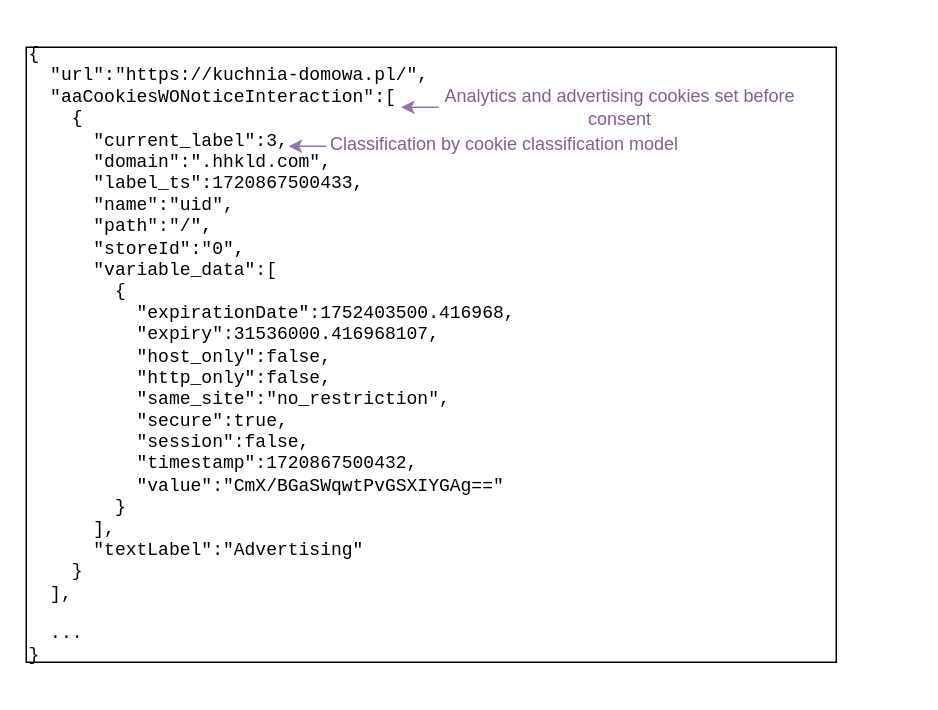
Earlier version of the draw.io diagram media/json-extract.drawio (SzymonNastaly/Bachelors-Thesis-Szymon-Nastaly). Source tidied: cells renumbered, new cells numbered last; positions are measured from the earlier drawing's top-left corner, leaving out a move shared by most shapes. Both pictures are drawn from the tidied source at 150%, with x=0, y=0 at pixel (26, 46).
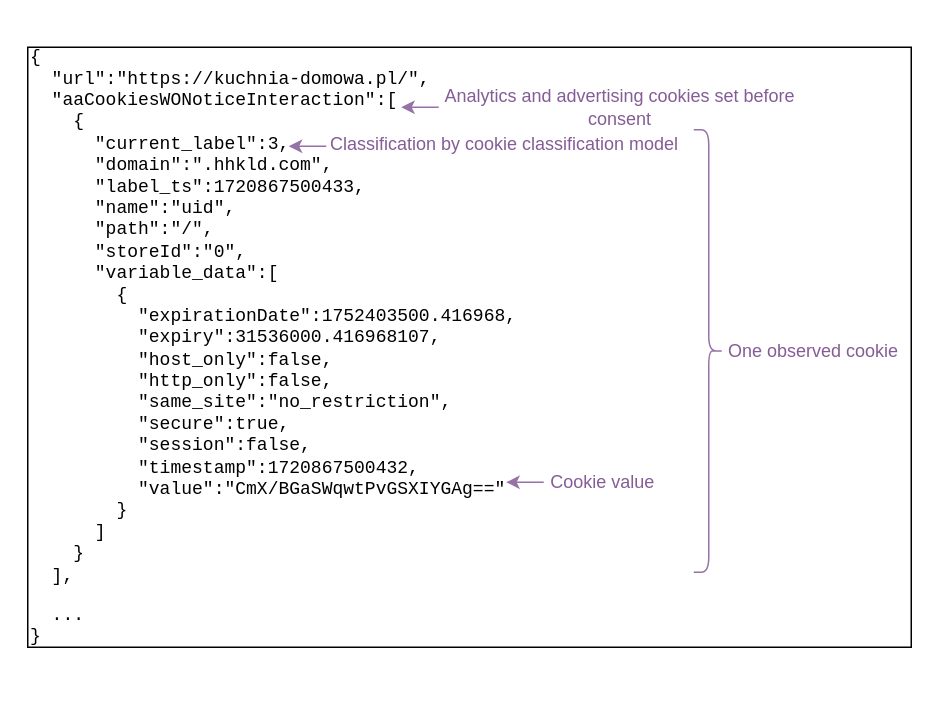
The same page after the edit.

Diff of the diagram source:
```diff
@@
 <mxGraphModel>
   <root>
     <mxCell id="0" />
     <mxCell id="1" parent="0" />
-    <mxCell id="2" value="&lt;pre&gt;{&lt;br&gt;&amp;nbsp; &quot;url&quot;:&quot;https://kuchnia-domowa.pl/&quot;,&lt;br&gt;&amp;nbsp; &quot;aaCookiesWONoticeInteraction&quot;:[&lt;br&gt;&amp;nbsp; &amp;nbsp; {&lt;br&gt;&amp;nbsp; &amp;nbsp; &amp;nbsp; &quot;current_label&quot;:3,&lt;br&gt;&amp;nbsp; &amp;nbsp; &amp;nbsp; &quot;domain&quot;:&quot;.hhkld.com&quot;,&lt;br&gt;&amp;nbsp; &amp;nbsp; &amp;nbsp; &quot;label_ts&quot;:1720867500433,&lt;br&gt;&amp;nbsp; &amp;nbsp; &amp;nbsp; &quot;name&quot;:&quot;uid&quot;,&lt;br&gt;&amp;nbsp; &amp;nbsp; &amp;nbsp; &quot;path&quot;:&quot;/&quot;,&lt;br&gt;&amp;nbsp; &amp;nbsp; &amp;nbsp; &quot;storeId&quot;:&quot;0&quot;,&lt;br&gt;&amp;nbsp; &amp;nbsp; &amp;nbsp; &quot;variable_data&quot;:[&lt;br&gt;&amp;nbsp; &amp;nbsp; &amp;nbsp; &amp;nbsp; {&lt;br&gt;&amp;nbsp; &amp;nbsp; &amp;nbsp; &amp;nbsp; &amp;nbsp; &quot;expirationDate&quot;:1752403500.416968,&lt;br&gt;&amp;nbsp; &amp;nbsp; &amp;nbsp; &amp;nbsp; &amp;nbsp; &quot;expiry&quot;:31536000.416968107,&lt;br&gt;&amp;nbsp; &amp;nbsp; &amp;nbsp; &amp;nbsp; &amp;nbsp; &quot;host_only&quot;:false,&lt;br&gt;&amp;nbsp; &amp;nbsp; &amp;nbsp; &amp;nbsp; &amp;nbsp; &quot;http_only&quot;:false,&lt;br&gt;&amp;nbsp; &amp;nbsp; &amp;nbsp; &amp;nbsp; &amp;nbsp; &quot;same_site&quot;:&quot;no_restriction&quot;,&lt;br&gt;&amp;nbsp; &amp;nbsp; &amp;nbsp; &amp;nbsp; &amp;nbsp; &quot;secure&quot;:true,&lt;br&gt;&amp;nbsp; &amp;nbsp; &amp;nbsp; &amp;nbsp; &amp;nbsp; &quot;session&quot;:false,&lt;br&gt;&amp;nbsp; &amp;nbsp; &amp;nbsp; &amp;nbsp; &amp;nbsp; &quot;timestamp&quot;:1720867500432,&lt;br&gt;&amp;nbsp; &amp;nbsp; &amp;nbsp; &amp;nbsp; &amp;nbsp; &quot;value&quot;:&quot;CmX/BGaSWqwtPvGSXIYGAg==&quot;&lt;br&gt;&amp;nbsp; &amp;nbsp; &amp;nbsp; &amp;nbsp; }&lt;br&gt;&amp;nbsp; &amp;nbsp; &amp;nbsp; ],&lt;br&gt;&amp;nbsp; &amp;nbsp; &amp;nbsp; &quot;textLabel&quot;:&quot;Advertising&quot;&lt;br&gt;&amp;nbsp; &amp;nbsp; }&lt;br&gt;&amp;nbsp; ],&lt;/pre&gt;&lt;pre&gt;  ...&lt;br&gt;}&lt;/pre&gt;" style="rounded=0;whiteSpace=wrap;align=left;fontFamily=Courier New;fontStyle=0;fontSize=12;horizontal=1;labelBorderColor=none;labelBackgroundColor=none;strokeWidth=1;html=1;" parent="1" vertex="1">
-      <mxGeometry width="540" height="410" as="geometry" />
+    <mxCell id="2" value="&lt;pre&gt;{&lt;br&gt;&amp;nbsp; &quot;url&quot;:&quot;https://kuchnia-domowa.pl/&quot;,&lt;br&gt;&amp;nbsp; &quot;aaCookiesWONoticeInteraction&quot;:[&lt;br&gt;&amp;nbsp; &amp;nbsp; {&lt;br&gt;&amp;nbsp; &amp;nbsp; &amp;nbsp; &quot;current_label&quot;:3,&lt;br&gt;&amp;nbsp; &amp;nbsp; &amp;nbsp; &quot;domain&quot;:&quot;.hhkld.com&quot;,&lt;br&gt;&amp;nbsp; &amp;nbsp; &amp;nbsp; &quot;label_ts&quot;:1720867500433,&lt;br&gt;&amp;nbsp; &amp;nbsp; &amp;nbsp; &quot;name&quot;:&quot;uid&quot;,&lt;br&gt;&amp;nbsp; &amp;nbsp; &amp;nbsp; &quot;path&quot;:&quot;/&quot;,&lt;br&gt;&amp;nbsp; &amp;nbsp; &amp;nbsp; &quot;storeId&quot;:&quot;0&quot;,&lt;br&gt;&amp;nbsp; &amp;nbsp; &amp;nbsp; &quot;variable_data&quot;:[&lt;br&gt;&amp;nbsp; &amp;nbsp; &amp;nbsp; &amp;nbsp; {&lt;br&gt;&amp;nbsp; &amp;nbsp; &amp;nbsp; &amp;nbsp; &amp;nbsp; &quot;expirationDate&quot;:1752403500.416968,&lt;br&gt;&amp;nbsp; &amp;nbsp; &amp;nbsp; &amp;nbsp; &amp;nbsp; &quot;expiry&quot;:31536000.416968107,&lt;br&gt;&amp;nbsp; &amp;nbsp; &amp;nbsp; &amp;nbsp; &amp;nbsp; &quot;host_only&quot;:false,&lt;br&gt;&amp;nbsp; &amp;nbsp; &amp;nbsp; &amp;nbsp; &amp;nbsp; &quot;http_only&quot;:false,&lt;br&gt;&amp;nbsp; &amp;nbsp; &amp;nbsp; &amp;nbsp; &amp;nbsp; &quot;same_site&quot;:&quot;no_restriction&quot;,&lt;br&gt;&amp;nbsp; &amp;nbsp; &amp;nbsp; &amp;nbsp; &amp;nbsp; &quot;secure&quot;:true,&lt;br&gt;&amp;nbsp; &amp;nbsp; &amp;nbsp; &amp;nbsp; &amp;nbsp; &quot;session&quot;:false,&lt;br&gt;&amp;nbsp; &amp;nbsp; &amp;nbsp; &amp;nbsp; &amp;nbsp; &quot;timestamp&quot;:1720867500432,&lt;br&gt;&amp;nbsp; &amp;nbsp; &amp;nbsp; &amp;nbsp; &amp;nbsp; &quot;value&quot;:&quot;CmX/BGaSWqwtPvGSXIYGAg==&quot;&lt;br&gt;&amp;nbsp; &amp;nbsp; &amp;nbsp; &amp;nbsp; }&lt;br&gt;&amp;nbsp; &amp;nbsp; &amp;nbsp; ]&lt;br&gt;&amp;nbsp; &amp;nbsp; }&lt;br&gt;&amp;nbsp; ],&lt;/pre&gt;&lt;pre&gt;  ...&lt;br&gt;}&lt;/pre&gt;" style="rounded=0;whiteSpace=wrap;align=left;fontFamily=Courier New;fontStyle=0;fontSize=12;horizontal=1;labelBorderColor=none;labelBackgroundColor=none;strokeWidth=1;html=1;" parent="1" vertex="1">
+      <mxGeometry x="1" width="589" height="400" as="geometry" />
     </mxCell>
     <mxCell id="3" value="Analytics and advertising cookies set before consent" style="text;html=1;align=center;verticalAlign=middle;whiteSpace=wrap;rounded=0;fontColor=#845C96;" parent="1" vertex="1">
       <mxGeometry x="276" y="25" width="240" height="30" as="geometry" />
     </mxCell>
     <mxCell id="4" style="endArrow=classic;html=1;rounded=0;fillColor=#e1d5e7;strokeColor=#9673a6;" parent="1" edge="1">
       <mxGeometry relative="1" as="geometry">
         <mxPoint x="200" y="66" as="sourcePoint" />
         <mxPoint x="175" y="66" as="targetPoint" />
       </mxGeometry>
     </mxCell>
     <mxCell id="5" value="Classification by cookie classification model" style="text;html=1;align=center;verticalAlign=middle;whiteSpace=wrap;rounded=0;fontColor=#845C96;" parent="1" vertex="1">
       <mxGeometry x="197" y="50" width="244" height="30" as="geometry" />
     </mxCell>
     <mxCell id="6" style="endArrow=classic;html=1;rounded=0;fillColor=#e1d5e7;strokeColor=#9673a6;" parent="1" edge="1">
       <mxGeometry relative="1" as="geometry">
         <mxPoint x="275" y="40" as="sourcePoint" />
         <mxPoint x="250" y="40" as="targetPoint" />
       </mxGeometry>
     </mxCell>
+    <mxCell id="7" style="endArrow=classic;html=1;rounded=0;fillColor=#e1d5e7;strokeColor=#9673a6;" parent="1" edge="1">
+      <mxGeometry relative="1" as="geometry">
+        <mxPoint x="345" y="290" as="sourcePoint" />
+        <mxPoint x="320" y="290" as="targetPoint" />
+      </mxGeometry>
+    </mxCell>
+    <mxCell id="8" value="Cookie value" style="text;html=1;align=center;verticalAlign=middle;whiteSpace=wrap;rounded=0;fontColor=#845C96;" parent="1" vertex="1">
+      <mxGeometry x="345" y="275" width="79" height="30" as="geometry" />
+    </mxCell>
+    <mxCell id="9" style="shape=curlyBracket;whiteSpace=wrap;html=1;rounded=1;flipH=1;labelPosition=right;verticalLabelPosition=middle;align=left;verticalAlign=middle;fillColor=#e1d5e7;strokeColor=#9673a6;" parent="1" vertex="1">
+      <mxGeometry x="445" y="55" width="20" height="295" as="geometry" />
+    </mxCell>
+    <mxCell id="10" value="&lt;div&gt;One observed cookie&lt;/div&gt;" style="text;html=1;align=center;verticalAlign=middle;whiteSpace=wrap;rounded=0;fontColor=#845C96;" parent="1" vertex="1">
+      <mxGeometry x="465" y="187.5" width="120" height="30" as="geometry" />
+    </mxCell>
   </root>
 </mxGraphModel>
```
